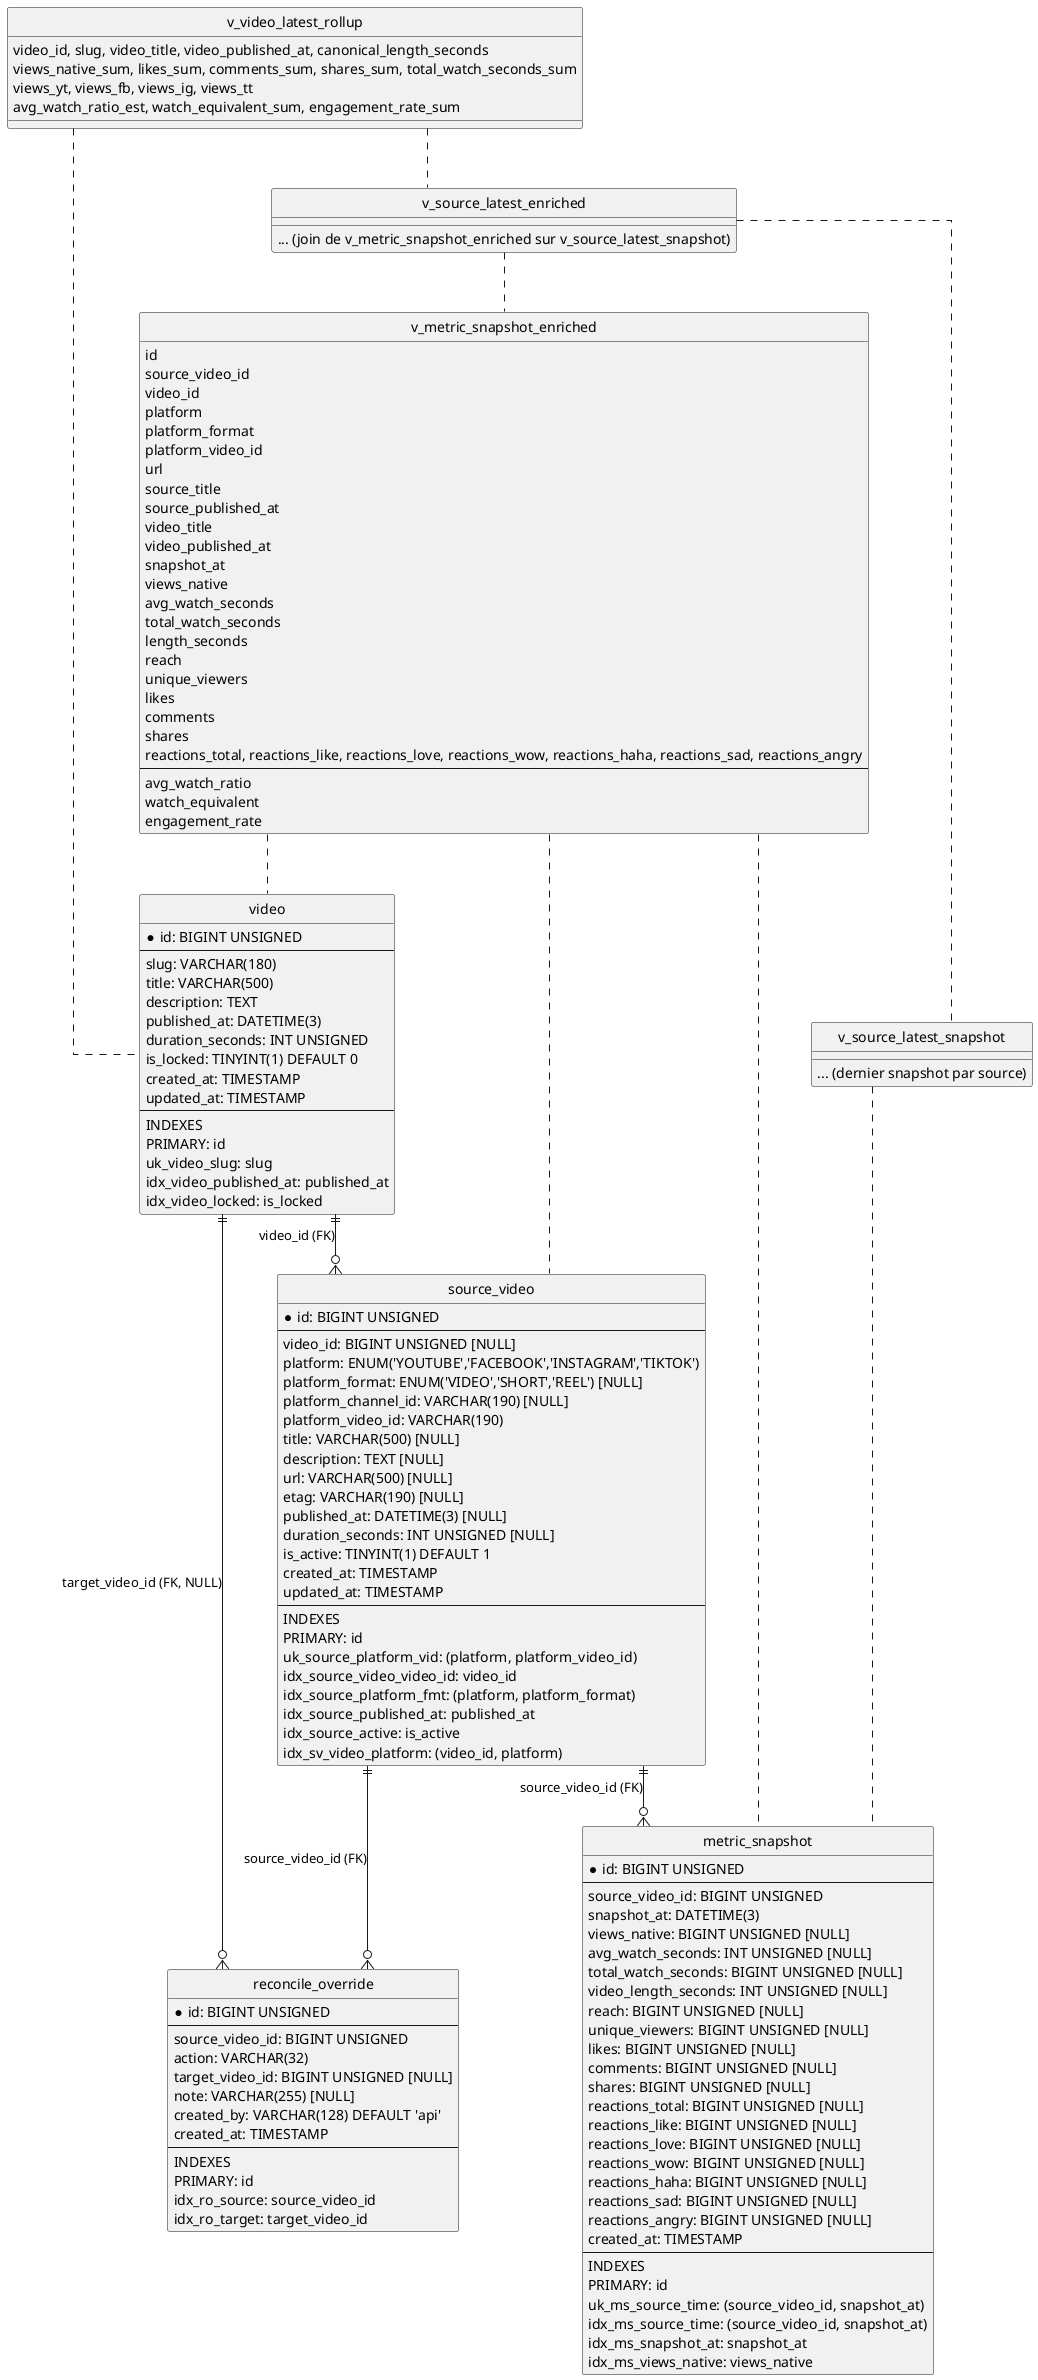
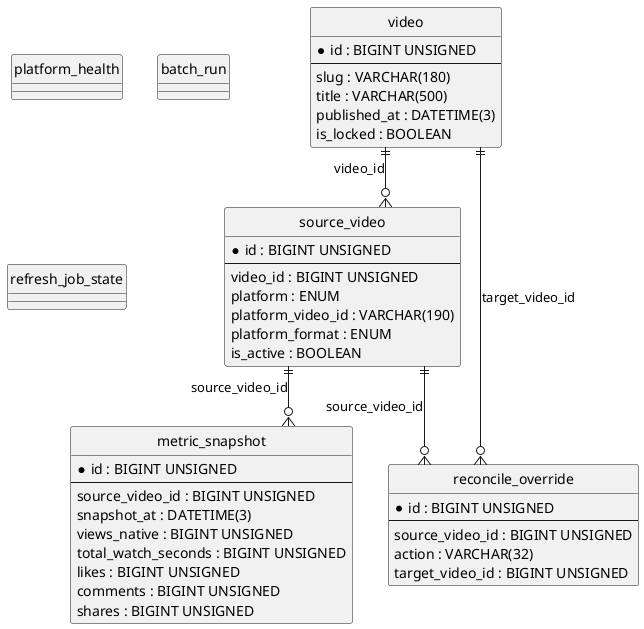
@startuml
- ' configuration
hide circle
skinparam linetype ortho

- ' =========================
- ' Tables
- ' =========================
- entity "video" as video {
-   * id: BIGINT UNSIGNED
+ entity video {
+   * id : BIGINT UNSIGNED
  --
-   slug: VARCHAR(180)
-   title: VARCHAR(500)
-   description: TEXT
-   published_at: DATETIME(3)
-   duration_seconds: INT UNSIGNED
-   is_locked: TINYINT(1) DEFAULT 0
-   created_at: TIMESTAMP
-   updated_at: TIMESTAMP
-   --
-   INDEXES
-   PRIMARY: id
-   uk_video_slug: slug
-   idx_video_published_at: published_at
-   idx_video_locked: is_locked
+   slug : VARCHAR(180)
+   title : VARCHAR(500)
+   published_at : DATETIME(3)
+   is_locked : BOOLEAN
}

- entity "source_video" as sv {
-   * id: BIGINT UNSIGNED
+ entity source_video {
+   * id : BIGINT UNSIGNED
  --
-   video_id: BIGINT UNSIGNED [NULL]
-   platform: ENUM('YOUTUBE','FACEBOOK','INSTAGRAM','TIKTOK')
-   platform_format: ENUM('VIDEO','SHORT','REEL') [NULL]
-   platform_channel_id: VARCHAR(190) [NULL]
-   platform_video_id: VARCHAR(190)
-   title: VARCHAR(500) [NULL]
-   description: TEXT [NULL]
-   url: VARCHAR(500) [NULL]
-   etag: VARCHAR(190) [NULL]
-   published_at: DATETIME(3) [NULL]
-   duration_seconds: INT UNSIGNED [NULL]
-   is_active: TINYINT(1) DEFAULT 1
-   created_at: TIMESTAMP
-   updated_at: TIMESTAMP
-   --
-   INDEXES
-   PRIMARY: id
-   uk_source_platform_vid: (platform, platform_video_id)
-   idx_source_video_video_id: video_id
-   idx_source_platform_fmt: (platform, platform_format)
-   idx_source_published_at: published_at
-   idx_source_active: is_active
-   idx_sv_video_platform: (video_id, platform)
+   video_id : BIGINT UNSIGNED
+   platform : ENUM
+   platform_video_id : VARCHAR(190)
+   platform_format : ENUM
+   is_active : BOOLEAN
}

- entity "metric_snapshot" as ms {
-   * id: BIGINT UNSIGNED
+ entity metric_snapshot {
+   * id : BIGINT UNSIGNED
  --
-   source_video_id: BIGINT UNSIGNED
-   snapshot_at: DATETIME(3)
-   views_native: BIGINT UNSIGNED [NULL]
-   avg_watch_seconds: INT UNSIGNED [NULL]
-   total_watch_seconds: BIGINT UNSIGNED [NULL]
-   video_length_seconds: INT UNSIGNED [NULL]
-   reach: BIGINT UNSIGNED [NULL]
-   unique_viewers: BIGINT UNSIGNED [NULL]
-   likes: BIGINT UNSIGNED [NULL]
-   comments: BIGINT UNSIGNED [NULL]
-   shares: BIGINT UNSIGNED [NULL]
-   reactions_total: BIGINT UNSIGNED [NULL]
-   reactions_like: BIGINT UNSIGNED [NULL]
-   reactions_love: BIGINT UNSIGNED [NULL]
-   reactions_wow: BIGINT UNSIGNED [NULL]
-   reactions_haha: BIGINT UNSIGNED [NULL]
-   reactions_sad: BIGINT UNSIGNED [NULL]
-   reactions_angry: BIGINT UNSIGNED [NULL]
-   created_at: TIMESTAMP
-   --
-   INDEXES
-   PRIMARY: id
-   uk_ms_source_time: (source_video_id, snapshot_at)
-   idx_ms_source_time: (source_video_id, snapshot_at)
-   idx_ms_snapshot_at: snapshot_at
-   idx_ms_views_native: views_native
+   source_video_id : BIGINT UNSIGNED
+   snapshot_at : DATETIME(3)
+   views_native : BIGINT UNSIGNED
+   total_watch_seconds : BIGINT UNSIGNED
+   likes : BIGINT UNSIGNED
+   comments : BIGINT UNSIGNED
+   shares : BIGINT UNSIGNED
}

- entity "reconcile_override" as ro {
-   * id: BIGINT UNSIGNED
+ entity reconcile_override {
+   * id : BIGINT UNSIGNED
  --
-   source_video_id: BIGINT UNSIGNED
-   action: VARCHAR(32)
-   target_video_id: BIGINT UNSIGNED [NULL]
-   note: VARCHAR(255) [NULL]
-   created_by: VARCHAR(128) DEFAULT 'api'
-   created_at: TIMESTAMP
-   --
-   INDEXES
-   PRIMARY: id
-   idx_ro_source: source_video_id
-   idx_ro_target: target_video_id
+   source_video_id : BIGINT UNSIGNED
+   action : VARCHAR(32)
+   target_video_id : BIGINT UNSIGNED
}

- ' =========================
- ' Vues
- ' =========================
- entity "v_metric_snapshot_enriched" as v_enr {
-   id
-   source_video_id
-   video_id
-   platform
-   platform_format
-   platform_video_id
-   url
-   source_title
-   source_published_at
-   video_title
-   video_published_at
-   snapshot_at
-   views_native
-   avg_watch_seconds
-   total_watch_seconds
-   length_seconds
-   reach
-   unique_viewers
-   likes
-   comments
-   shares
-   reactions_total, reactions_like, reactions_love, reactions_wow, reactions_haha, reactions_sad, reactions_angry
-   --
-   avg_watch_ratio
-   watch_equivalent
-   engagement_rate
- }
+ entity platform_health
+ entity batch_run
+ entity refresh_job_state

- entity "v_source_latest_snapshot" as v_last {
-   ... (dernier snapshot par source)
- }
- 
- entity "v_source_latest_enriched" as v_last_enr {
-   ... (join de v_metric_snapshot_enriched sur v_source_latest_snapshot)
- }
- 
- entity "v_video_latest_rollup" as v_roll {
-   video_id, slug, video_title, video_published_at, canonical_length_seconds
-   views_native_sum, likes_sum, comments_sum, shares_sum, total_watch_seconds_sum
-   views_yt, views_fb, views_ig, views_tt
-   avg_watch_ratio_est, watch_equivalent_sum, engagement_rate_sum
- }
- 
- ' =========================
- ' Relations (cardinalités)
- ' =========================
- video ||--o{ sv : "video_id (FK)"
- sv ||--o{ ms : "source_video_id (FK)"
- sv ||--o{ ro : "source_video_id (FK)"
- video ||--o{ ro : "target_video_id (FK, NULL)"
- 
- ' Vues (dépendances, traits pointillés)
- v_enr .. ms
- v_enr .. sv
- v_enr .. video
- v_last .. ms
- v_last_enr .. v_enr
- v_last_enr .. v_last
- v_roll .. video
- v_roll .. v_last_enr
- 
+ video ||--o{ source_video : video_id
+ source_video ||--o{ metric_snapshot : source_video_id
+ source_video ||--o{ reconcile_override : source_video_id
+ video ||--o{ reconcile_override : target_video_id
@enduml
